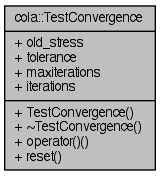
mjwybrow/adaptagrams keeps this Graphviz diagram as documentation/classcola_1_1TestConvergence__coll__graph.png. Above is the earlier version. Its source is kept beside it as documentation/classcola_1_1TestConvergence__coll__graph.dot. The source it was exported from:
```dot
digraph "cola::TestConvergence"
{
  edge [fontname="Helvetica",fontsize="10",labelfontname="Helvetica",labelfontsize="10"];
  node [fontname="Helvetica",fontsize="10",shape=record];
  Node1 [label="{cola::TestConvergence\n|+ old_stress\l+ tolerance\l+ maxiterations\l+ iterations\l|+ TestConvergence()\l+ ~TestConvergence()\l+ operator()()\l+ reset()\l}",height=0.2,width=0.4,color="black", fillcolor="grey75", style="filled" fontcolor="black"];
}
```
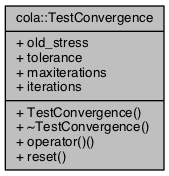
After the change.

Diff of the diagram source:
```diff
@@ -2,5 +2,5 @@
 {
   edge [fontname="Helvetica",fontsize="10",labelfontname="Helvetica",labelfontsize="10"];
   node [fontname="Helvetica",fontsize="10",shape=record];
-  Node1 [label="{cola::TestConvergence\n|+ old_stress\l+ tolerance\l+ maxiterations\l+ iterations\l|+ TestConvergence()\l+ ~TestConvergence()\l+ operator()()\l+ reset()\l}",height=0.2,width=0.4,color="black", fillcolor="grey75", style="filled" fontcolor="black"];
+  Node1 [label="{cola::TestConvergence\n|+ old_stress\l+ tolerance\l+ maxiterations\l+ iterations\l|+ TestConvergence()\l+ ~TestConvergence()\l+ operator()()\l+ reset()\l}",height=0.2,width=0.4,color="black", fillcolor="grey75", style="filled", fontcolor="black"];
 }
```
